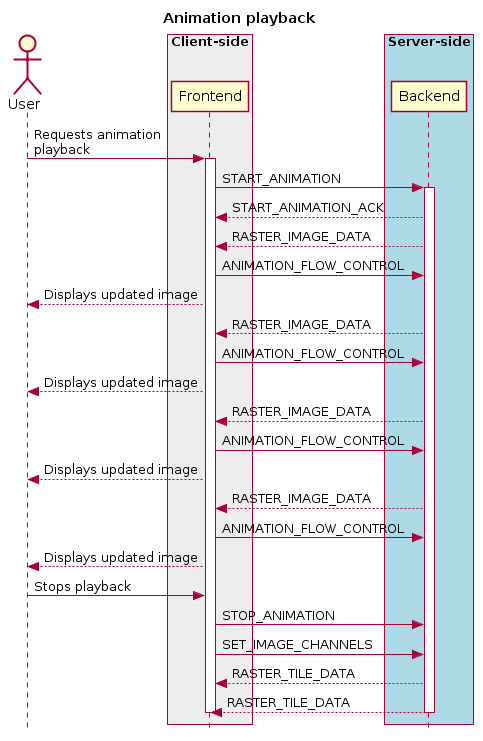
Before: docs/images/image14.png, a diagram exported from PlantUML (CARTAvis/carta-protobuf).
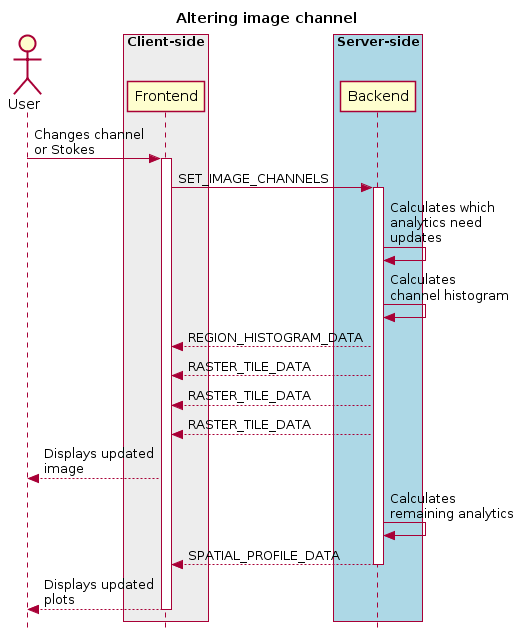
After the commit.

Diff of the diagram source:
```diff
@@ -1,7 +1,7 @@
 @startuml
 skinparam style strictuml
 hide footbox
-title Animation playback
+title Altering image channel
 
 actor User
 box "Client-side" #EDEDED
@@ -11,28 +11,20 @@
 box "Server-side" #lightblue
 	participant Backend
 end box
-User -> Frontend: Requests animation\nplayback
+User -> Frontend: Changes channel\nor Stokes
 activate Frontend
-Frontend -> Backend : START_ANIMATION
+Frontend -> Backend : SET_IMAGE_CHANNELS
 activate Backend
-Frontend <-- Backend: START_ANIMATION_ACK
-Frontend <-- Backend : RASTER_IMAGE_DATA
-Frontend -> Backend: ANIMATION_FLOW_CONTROL
-User <-- Frontend: Displays updated image
-Frontend <-- Backend : RASTER_IMAGE_DATA
-Frontend -> Backend: ANIMATION_FLOW_CONTROL
-User <-- Frontend: Displays updated image
-Frontend <-- Backend : RASTER_IMAGE_DATA
-Frontend -> Backend: ANIMATION_FLOW_CONTROL
-User <-- Frontend: Displays updated image
-Frontend <-- Backend : RASTER_IMAGE_DATA
-Frontend -> Backend: ANIMATION_FLOW_CONTROL
-User <-- Frontend: Displays updated image
-User -> Frontend : Stops playback
-Frontend -> Backend : STOP_ANIMATION
-Frontend -> Backend : SET_IMAGE_CHANNELS
-Frontend <-- Backend: RASTER_TILE_DATA
-Frontend <-- Backend: RASTER_TILE_DATA
+Backend -> Backend: Calculates which\nanalytics need\nupdates
+Backend -> Backend: Calculates\nchannel histogram
+Frontend <-- Backend : REGION_HISTOGRAM_DATA
+Frontend <-- Backend : RASTER_TILE_DATA
+Frontend <-- Backend : RASTER_TILE_DATA
+Frontend <-- Backend : RASTER_TILE_DATA
+User <-- Frontend: Displays updated\nimage
+Backend -> Backend: Calculates\nremaining analytics
+Frontend <-- Backend : SPATIAL_PROFILE_DATA
+deactivate Backend
+User <-- Frontend: Displays updated\nplots
 deactivate Frontend
-deactivate Backend
 @enduml
```
